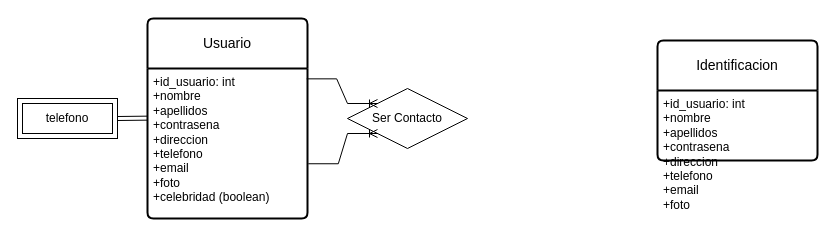
The draw.io diagram ejercicio14.drawio in AsierGArranz/aga-sru-sa-t-UD12DiagramaER-11102023, before the edit. Source tidied: cells renumbered, new cells numbered last; positions are measured from the earlier drawing's top-left corner, leaving out a move shared by most shapes. Both pictures are drawn from the tidied source at 100%, with x=0, y=0 at pixel (17, 18).
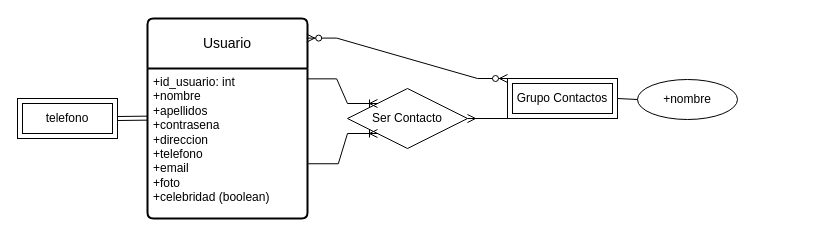
The same diagram, later.

Change to the diagram source:
```diff
@@
 <mxGraphModel>
   <root>
     <mxCell id="0" />
     <mxCell id="1" parent="0" />
     <mxCell id="2" value="Usuario" style="swimlane;horizontal=1;startSize=50;rounded=1;fontSize=14;fontStyle=0;strokeWidth=2;shadow=0;dashed=0;align=center;arcSize=4;whiteSpace=wrap;html=1;" parent="1" vertex="1">
       <mxGeometry x="130" width="160" height="200" as="geometry" />
     </mxCell>
     <mxCell id="3" value="+id_usuario: int&lt;br style=&quot;border-color: var(--border-color);&quot;&gt;+nombre&lt;br style=&quot;border-color: var(--border-color);&quot;&gt;+apellidos&lt;br style=&quot;border-color: var(--border-color);&quot;&gt;+contrasena&lt;br style=&quot;border-color: var(--border-color);&quot;&gt;+direccion&lt;br style=&quot;border-color: var(--border-color);&quot;&gt;+telefono&lt;br style=&quot;border-color: var(--border-color);&quot;&gt;+email&lt;br style=&quot;border-color: var(--border-color);&quot;&gt;+foto&lt;br&gt;+celebridad (boolean)" style="align=left;strokeColor=none;fillColor=none;spacingLeft=4;fontSize=12;verticalAlign=top;html=1;" parent="2" vertex="1">
       <mxGeometry y="50" width="160" height="150" as="geometry" />
     </mxCell>
-    <mxCell id="4" value="Identificacion" style="swimlane;horizontal=1;startSize=50;rounded=1;fontSize=14;fontStyle=0;strokeWidth=2;shadow=0;dashed=0;align=center;arcSize=4;whiteSpace=wrap;html=1;" parent="1" vertex="1">
-      <mxGeometry x="640" y="22" width="160" height="120" as="geometry" />
-    </mxCell>
-    <mxCell id="5" value="+id_usuario: int&lt;br&gt;+nombre&lt;br&gt;+apellidos&lt;br&gt;+contrasena&lt;br&gt;+direccion&lt;br&gt;+telefono&lt;br&gt;+email&lt;br&gt;+foto" style="align=left;strokeColor=none;fillColor=none;spacingLeft=4;fontSize=12;verticalAlign=top;html=1;" parent="4" vertex="1">
-      <mxGeometry y="50" width="160" height="70" as="geometry" />
-    </mxCell>
     <mxCell id="6" value="telefono" style="shape=ext;margin=3;double=1;whiteSpace=wrap;html=1;align=center;" parent="1" vertex="1">
       <mxGeometry y="80" width="100" height="40" as="geometry" />
     </mxCell>
     <mxCell id="7" style="shape=link;html=1;rounded=0;exitX=1;exitY=0.5;exitDx=0;exitDy=0;entryX=0;entryY=0.331;entryDx=0;entryDy=0;entryPerimeter=0;" parent="1" edge="1" source="6" target="3">
       <mxGeometry relative="1" as="geometry" />
     </mxCell>
     <mxCell id="8" value="Ser Contacto" style="shape=rhombus;perimeter=rhombusPerimeter;whiteSpace=wrap;html=1;align=center;" parent="1" vertex="1">
       <mxGeometry x="330" y="70" width="120" height="60" as="geometry" />
     </mxCell>
     <mxCell id="9" style="edgeStyle=entityRelationEdgeStyle;fontSize=12;html=1;endArrow=ERoneToMany;rounded=0;exitX=0.995;exitY=0.069;exitDx=0;exitDy=0;entryX=0;entryY=0;entryDx=0;entryDy=0;exitPerimeter=0;" parent="1" edge="1" source="3" target="8">
       <mxGeometry relative="1" as="geometry" />
     </mxCell>
     <mxCell id="10" style="edgeStyle=entityRelationEdgeStyle;fontSize=12;html=1;endArrow=ERoneToMany;rounded=0;exitX=1.005;exitY=0.635;exitDx=0;exitDy=0;exitPerimeter=0;entryX=0;entryY=1;entryDx=0;entryDy=0;" parent="1" edge="1" source="3" target="8">
       <mxGeometry relative="1" as="geometry" />
     </mxCell>
+    <mxCell id="11" value="Grupo Contactos" style="shape=ext;margin=3;double=1;whiteSpace=wrap;html=1;align=center;" parent="1" vertex="1">
+      <mxGeometry x="490" y="60" width="110" height="40" as="geometry" />
+    </mxCell>
+    <mxCell id="12" value="+nombre" style="ellipse;whiteSpace=wrap;html=1;align=center;" parent="1" vertex="1">
+      <mxGeometry x="620" y="61" width="100" height="40" as="geometry" />
+    </mxCell>
+    <mxCell id="13" style="endArrow=none;html=1;rounded=0;entryX=0;entryY=0.5;entryDx=0;entryDy=0;exitX=1;exitY=0.5;exitDx=0;exitDy=0;" parent="1" edge="1" source="11" target="12">
+      <mxGeometry relative="1" as="geometry" />
+    </mxCell>
+    <mxCell id="14" style="edgeStyle=entityRelationEdgeStyle;fontSize=12;html=1;endArrow=ERzeroToMany;endFill=1;startArrow=ERzeroToMany;rounded=0;exitX=0.995;exitY=0.098;exitDx=0;exitDy=0;exitPerimeter=0;entryX=0;entryY=0;entryDx=0;entryDy=0;" parent="1" edge="1" source="2" target="11">
+      <mxGeometry relative="1" as="geometry" />
+    </mxCell>
+    <mxCell id="15" style="edgeStyle=entityRelationEdgeStyle;fontSize=12;html=1;endArrow=ERmany;rounded=0;exitX=0;exitY=1;exitDx=0;exitDy=0;" parent="1" edge="1" source="11" target="8">
+      <mxGeometry relative="1" as="geometry" />
+    </mxCell>
   </root>
 </mxGraphModel>
```
